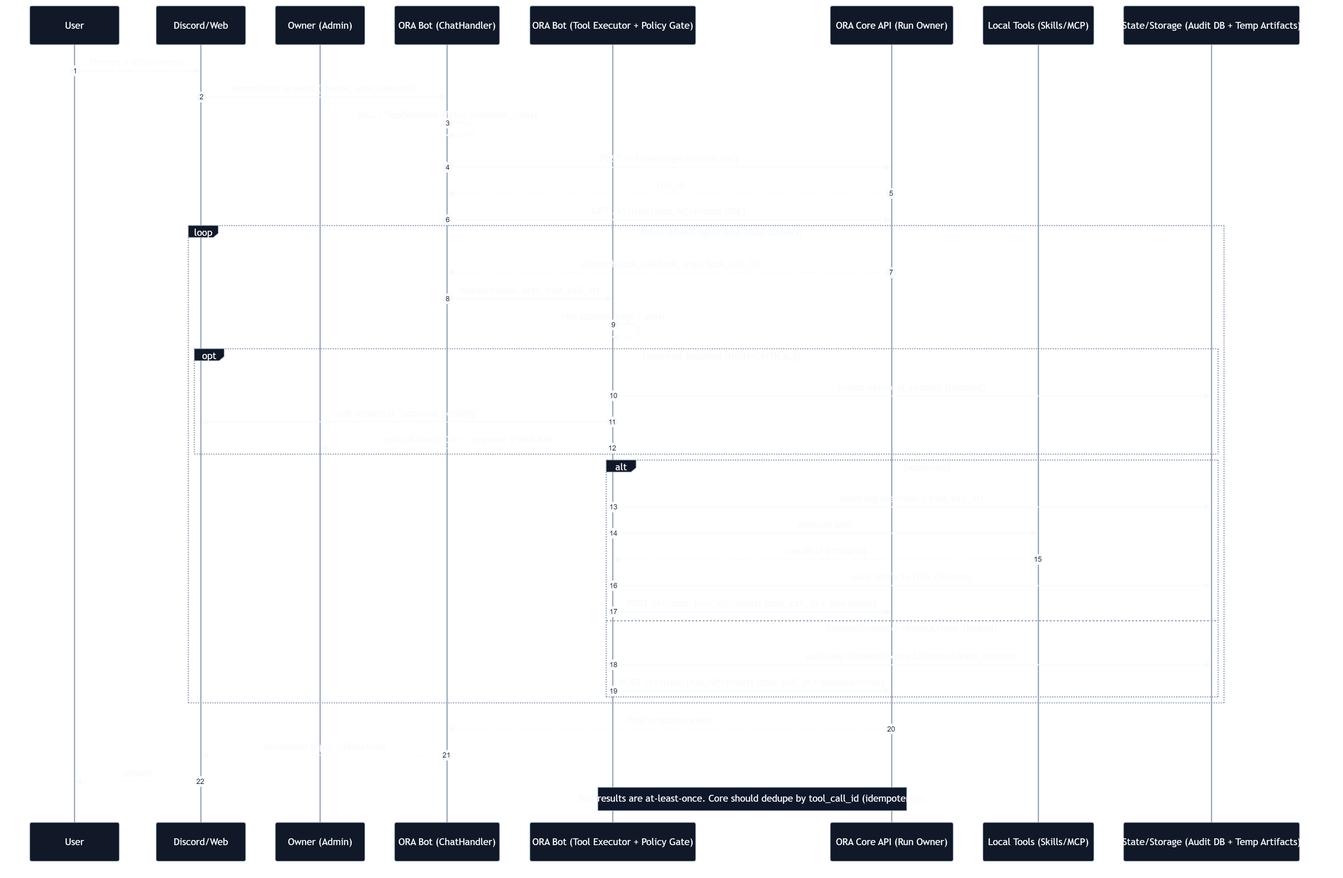
This is docs/diagrams/e2e_request_path_sequence_en_dark.png from YoneRai12/YonerAI, a Mermaid export, as it was before one commit. Its source is kept beside it as docs/diagrams/e2e_request_path_sequence_en_dark.mmd.
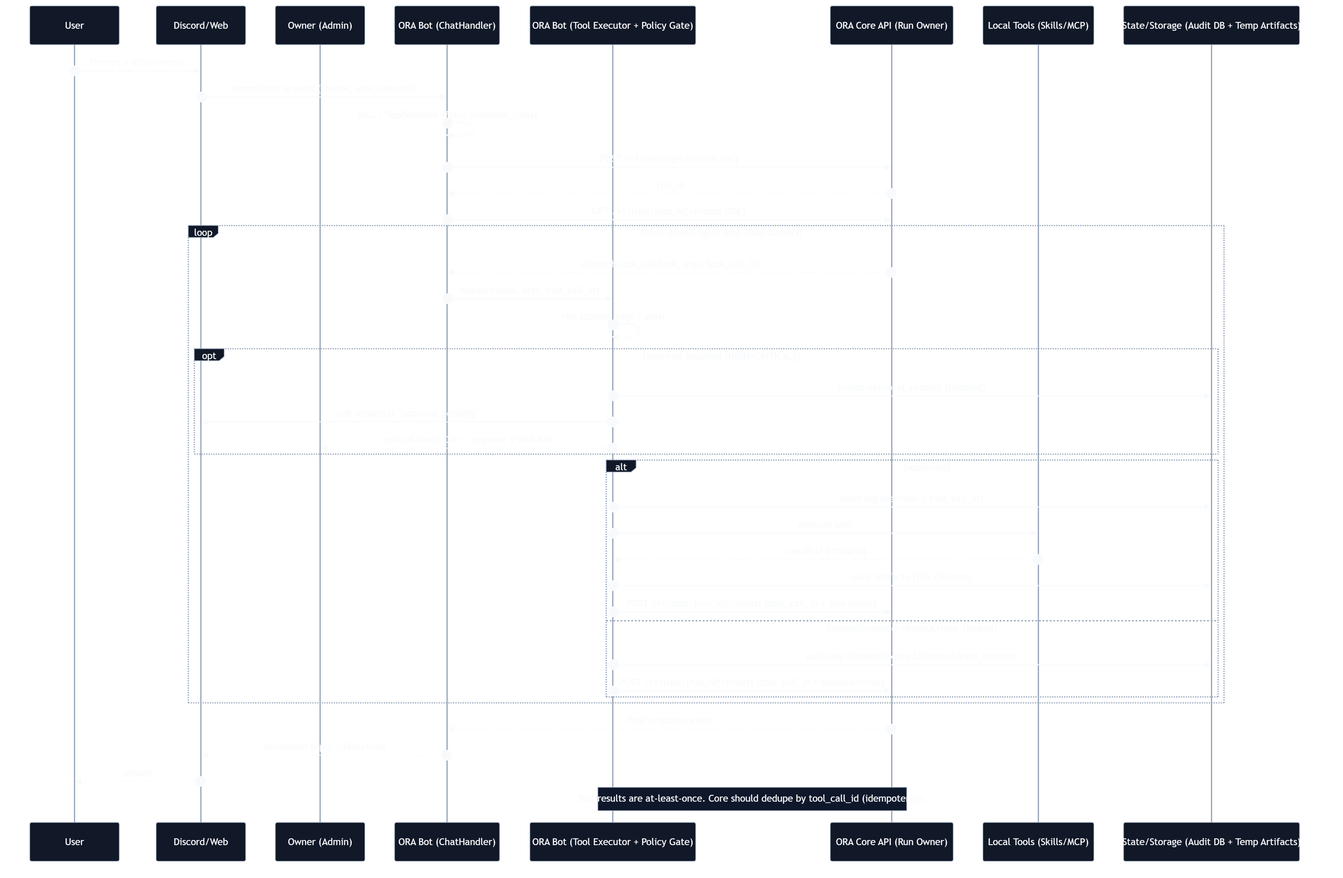
Above is the later version.

What changed in the source:
```diff
@@ -10,8 +10,8 @@
   "actorTextColor":"#f8fafc",
   "signalColor":"#f8fafc",
   "signalTextColor":"#f8fafc",
-  "sequenceNumberBgColor":"#f8fafc",
-  "sequenceNumberColor":"#0b1220",
+  "sequenceNumberBgColor":"#111827",
+  "sequenceNumberColor":"#f8fafc",
   "labelBoxBkgColor":"#111827",
   "labelBoxBorderColor":"#94a3b8",
   "labelTextColor":"#f8fafc",
```
